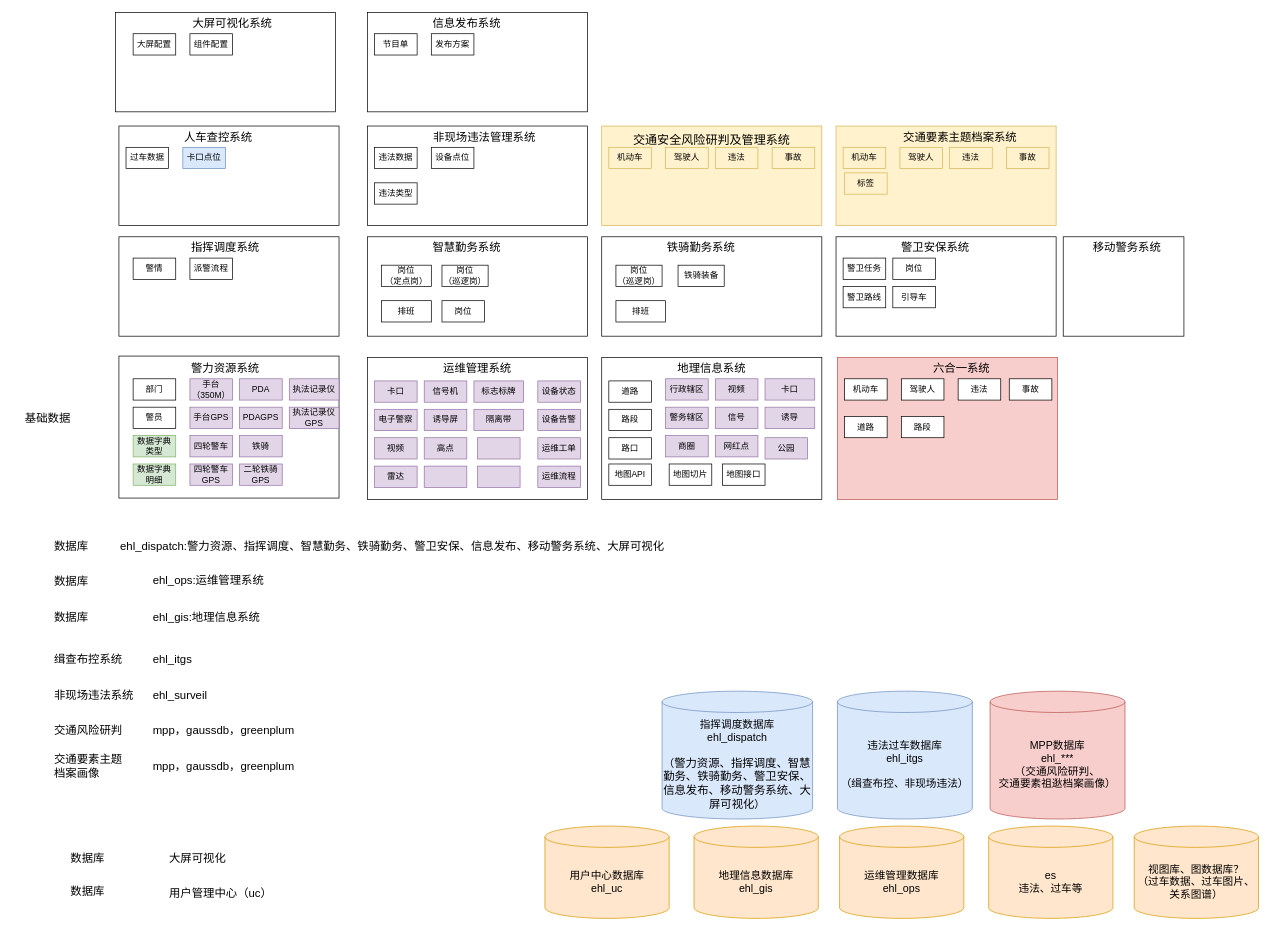
The draw.io diagram page "架构图" (2 of 3) of 未命名绘图.drawio in bj-ehualu/drawio, before the edit. Source tidied: cells renumbered, new cells numbered last; positions are measured from the earlier drawing's top-left corner, leaving out a move shared by most shapes. Both pictures are drawn from the tidied source at 71%, with x=0, y=0 at pixel (12, 12).
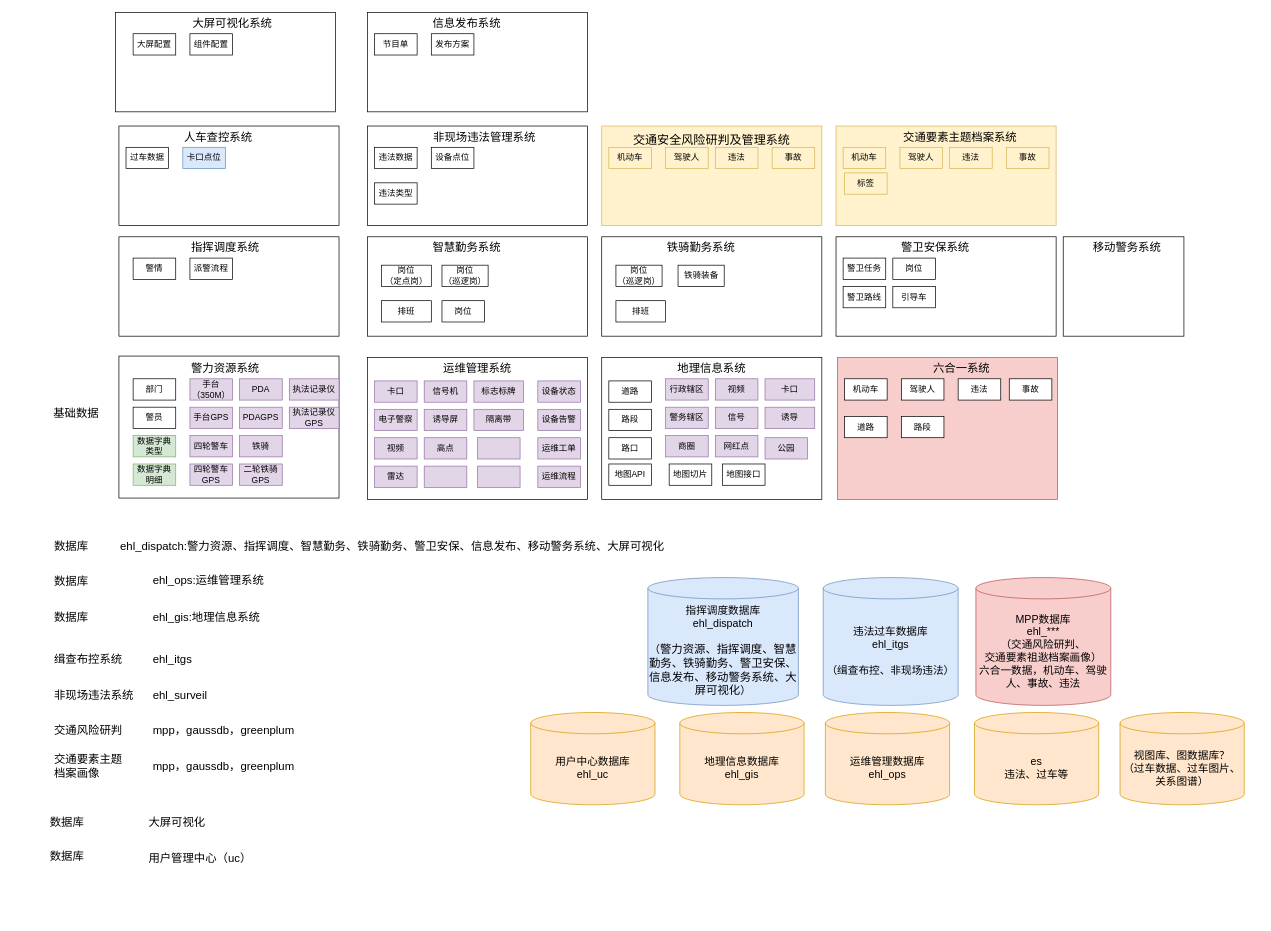
The same page after the edit.

Diff of the diagram source:
```diff
@@
     <mxCell id="7" value="基础数据" style="text;html=1;align=center;verticalAlign=middle;whiteSpace=wrap;rounded=0;fontSize=16;" parent="1" vertex="1">
-      <mxGeometry y="556" width="100" height="30" as="geometry" />
+      <mxGeometry x="40" y="549" width="100" height="30" as="geometry" />
     </mxCell>
@@
     <mxCell id="114" value="数据库" style="text;html=1;align=left;verticalAlign=middle;whiteSpace=wrap;rounded=0;fontSize=16;" parent="1" vertex="1">
-      <mxGeometry x="80" y="1176" width="100" height="30" as="geometry" />
+      <mxGeometry x="51" y="1126" width="100" height="30" as="geometry" />
     </mxCell>
     <mxCell id="115" value="大屏可视化" style="text;html=1;align=left;verticalAlign=middle;whiteSpace=wrap;rounded=0;fontSize=16;" parent="1" vertex="1">
-      <mxGeometry x="219" y="1176" width="460" height="30" as="geometry" />
+      <mxGeometry x="190" y="1126" width="460" height="30" as="geometry" />
     </mxCell>
     <mxCell id="116" value="数据库" style="text;html=1;align=left;verticalAlign=middle;whiteSpace=wrap;rounded=0;fontSize=16;" parent="1" vertex="1">
-      <mxGeometry x="80" y="1223" width="100" height="30" as="geometry" />
+      <mxGeometry x="51" y="1173" width="100" height="30" as="geometry" />
     </mxCell>
     <mxCell id="117" value="用户管理中心（uc）" style="text;html=1;align=left;verticalAlign=middle;whiteSpace=wrap;rounded=0;fontSize=16;" parent="1" vertex="1">
-      <mxGeometry x="219" y="1226" width="460" height="30" as="geometry" />
+      <mxGeometry x="190" y="1176" width="460" height="30" as="geometry" />
     </mxCell>
@@
     <mxCell id="128" value="指挥调度数据库&lt;div style=&quot;font-size: 15px;&quot;&gt;ehl_dispatch&lt;/div&gt;&lt;div style=&quot;font-size: 15px;&quot;&gt;&lt;br&gt;&lt;/div&gt;&lt;div style=&quot;font-size: 15px;&quot;&gt;（&lt;span style=&quot;font-size: 16px; text-align: left; background-color: initial;&quot;&gt;警力资源、指挥调度、智慧勤务、铁骑勤务、警卫安保、信息发布、移动警务系统、大屏可视化&lt;/span&gt;&lt;span style=&quot;background-color: initial;&quot;&gt;）&lt;/span&gt;&lt;/div&gt;" style="shape=cylinder3;whiteSpace=wrap;html=1;boundedLbl=1;backgroundOutline=1;size=15;fontSize=15;fillColor=#dae8fc;strokeColor=#6c8ebf;" parent="1" vertex="1">
-      <mxGeometry x="915" y="956" width="212" height="180" as="geometry" />
+      <mxGeometry x="895" y="796" width="212" height="180" as="geometry" />
     </mxCell>
     <mxCell id="129" value="运维管理数据库&lt;div&gt;ehl_ops&lt;/div&gt;" style="shape=cylinder3;whiteSpace=wrap;html=1;boundedLbl=1;backgroundOutline=1;size=15;fontSize=15;fillColor=#ffe6cc;strokeColor=#d79b00;" parent="1" vertex="1">
-      <mxGeometry x="1165" y="1146" width="175" height="130" as="geometry" />
+      <mxGeometry x="1145" y="986" width="175" height="130" as="geometry" />
     </mxCell>
     <mxCell id="130" value="违法过车数据库&lt;div&gt;ehl_itgs&lt;/div&gt;&lt;div&gt;&lt;br&gt;&lt;div&gt;（缉查布控、非现场违法）&lt;/div&gt;&lt;/div&gt;" style="shape=cylinder3;whiteSpace=wrap;html=1;boundedLbl=1;backgroundOutline=1;size=15;fontSize=15;fillColor=#dae8fc;strokeColor=#6c8ebf;" parent="1" vertex="1">
-      <mxGeometry x="1162" y="956" width="190" height="180" as="geometry" />
+      <mxGeometry x="1142" y="796" width="190" height="180" as="geometry" />
     </mxCell>
-    <mxCell id="131" value="&lt;div&gt;MPP数据库&lt;/div&gt;&lt;div&gt;ehl_***&lt;/div&gt;&lt;div&gt;（交通风险研判、&lt;/div&gt;&lt;div&gt;交通要素祖逖档案画像）&lt;/div&gt;" style="shape=cylinder3;whiteSpace=wrap;html=1;boundedLbl=1;backgroundOutline=1;size=15;fontSize=15;fillColor=#f8cecc;strokeColor=#b85450;" parent="1" vertex="1">
-      <mxGeometry x="1377" y="956" width="190" height="180" as="geometry" />
+    <mxCell id="131" value="&lt;div&gt;MPP数据库&lt;/div&gt;&lt;div&gt;ehl_***&lt;/div&gt;&lt;div&gt;（交通风险研判、&lt;/div&gt;&lt;div&gt;交通要素祖逖档案画像）&lt;/div&gt;&lt;div&gt;六合一数据，机动车、驾驶人、事故、违法&lt;/div&gt;" style="shape=cylinder3;whiteSpace=wrap;html=1;boundedLbl=1;backgroundOutline=1;size=15;fontSize=15;fillColor=#f8cecc;strokeColor=#b85450;" parent="1" vertex="1">
+      <mxGeometry x="1357" y="796" width="190" height="180" as="geometry" />
     </mxCell>
     <mxCell id="132" value="用户中心数据库&lt;div&gt;ehl_uc&lt;/div&gt;" style="shape=cylinder3;whiteSpace=wrap;html=1;boundedLbl=1;backgroundOutline=1;size=15;fontSize=15;fillColor=#ffe6cc;strokeColor=#d79b00;" parent="1" vertex="1">
-      <mxGeometry x="750" y="1146" width="175" height="130" as="geometry" />
+      <mxGeometry x="730" y="986" width="175" height="130" as="geometry" />
     </mxCell>
     <mxCell id="133" value="地理信息数据库&lt;div&gt;ehl_gis&lt;/div&gt;" style="shape=cylinder3;whiteSpace=wrap;html=1;boundedLbl=1;backgroundOutline=1;size=15;fontSize=15;fillColor=#ffe6cc;strokeColor=#d79b00;" parent="1" vertex="1">
-      <mxGeometry x="960" y="1146" width="175" height="130" as="geometry" />
+      <mxGeometry x="940" y="986" width="175" height="130" as="geometry" />
     </mxCell>
     <mxCell id="134" value="es&lt;div&gt;违法、过车等&lt;/div&gt;" style="shape=cylinder3;whiteSpace=wrap;html=1;boundedLbl=1;backgroundOutline=1;size=15;fontSize=15;fillColor=#ffe6cc;strokeColor=#d79b00;" parent="1" vertex="1">
-      <mxGeometry x="1375" y="1146" width="175" height="130" as="geometry" />
+      <mxGeometry x="1355" y="986" width="175" height="130" as="geometry" />
     </mxCell>
@@
     <mxCell id="139" value="视图库、图数据库？&lt;div&gt;（过车数据、过车图片、关系图谱）&lt;/div&gt;" style="shape=cylinder3;whiteSpace=wrap;html=1;boundedLbl=1;backgroundOutline=1;size=15;fontSize=15;fillColor=#ffe6cc;strokeColor=#d79b00;" parent="1" vertex="1">
-      <mxGeometry x="1580" y="1146" width="175" height="130" as="geometry" />
+      <mxGeometry x="1560" y="986" width="175" height="130" as="geometry" />
     </mxCell>
```
